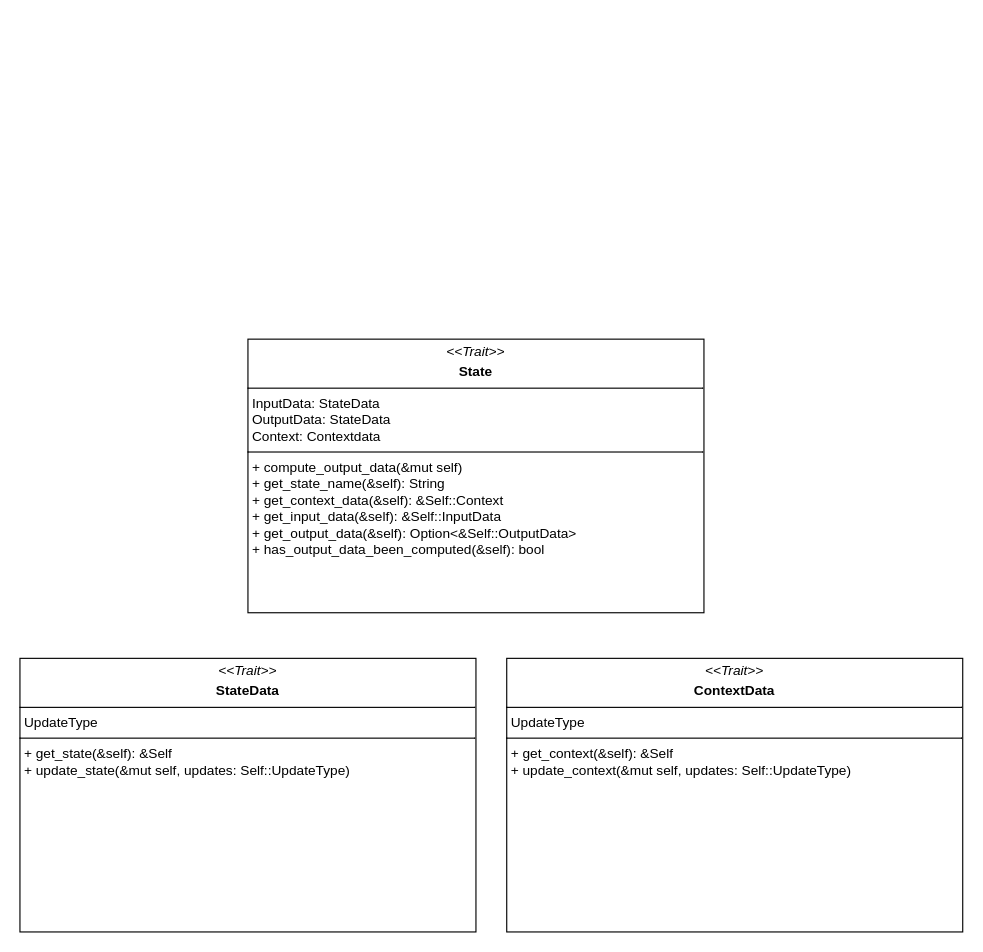
Above: design/uml_class_diagram/state_machine.drawio in DeCa09/state_machine (draw.io), before the change. Source tidied: cells renumbered, new cells numbered last; positions are measured from the earlier drawing's top-left corner, leaving out a move shared by most shapes. Both pictures are drawn from the tidied source at 114%, with x=0, y=0 at pixel (19, 339).
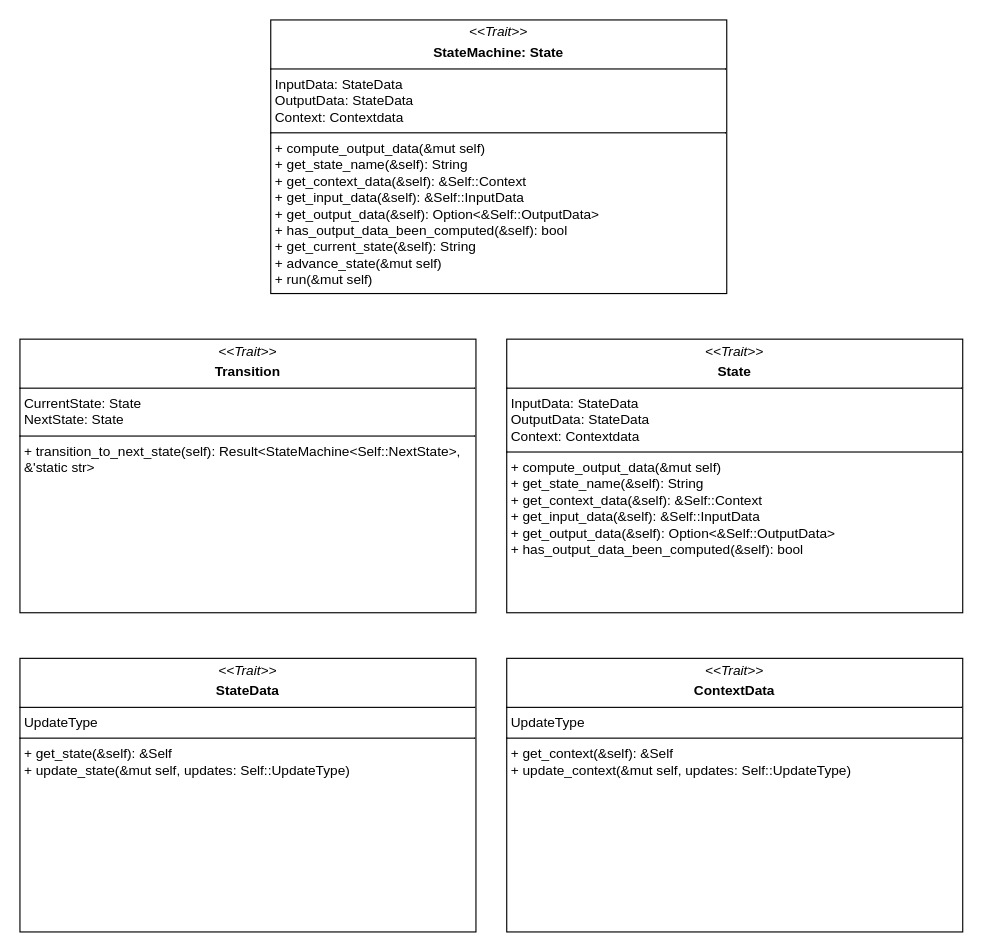
Above is the later version.

Commit message (it also covers changes not shown here):
design: add initial design for transition and state machine traits

The edit, as a diff of the source:
```diff
@@
 <mxGraphModel>
   <root>
     <mxCell id="0" />
     <mxCell id="1" parent="0" />
     <mxCell id="2" value="&lt;p style=&quot;margin:0px;margin-top:4px;text-align:center;&quot;&gt;&lt;i&gt;&amp;lt;&amp;lt;Trait&amp;gt;&amp;gt;&lt;/i&gt;&lt;/p&gt;&lt;p style=&quot;margin:0px;margin-top:4px;text-align:center;&quot;&gt;&lt;b&gt;State&lt;/b&gt;&lt;br&gt;&lt;/p&gt;&lt;hr size=&quot;1&quot; style=&quot;border-style:solid;&quot;&gt;&lt;p style=&quot;margin:0px;margin-left:4px;&quot;&gt;InputData: StateData&lt;br&gt;OutputData: StateData&lt;/p&gt;&lt;p style=&quot;margin:0px;margin-left:4px;&quot;&gt;Context: Contextdata&lt;br&gt;&lt;/p&gt;&lt;hr size=&quot;1&quot; style=&quot;border-style:solid;&quot;&gt;&lt;p style=&quot;margin:0px;margin-left:4px;&quot;&gt;+ compute_output_data(&amp;amp;mut self)&lt;/p&gt;&lt;p style=&quot;margin:0px;margin-left:4px;&quot;&gt;+ get_state_name(&amp;amp;self): String&lt;br&gt;&lt;/p&gt;&lt;p style=&quot;margin:0px;margin-left:4px;&quot;&gt;+ get_context_data(&amp;amp;self): &amp;amp;Self::Context&lt;/p&gt;&lt;p style=&quot;margin:0px;margin-left:4px;&quot;&gt;+ get_input_data(&amp;amp;self): &amp;amp;Self::InputData&lt;/p&gt;&lt;p style=&quot;margin:0px;margin-left:4px;&quot;&gt;+ get_output_data(&amp;amp;self): Option&amp;lt;&amp;amp;Self::OutputData&amp;gt;&lt;/p&gt;&lt;p style=&quot;margin:0px;margin-left:4px;&quot;&gt;+ has_output_data_been_computed(&amp;amp;self): bool&lt;/p&gt;&lt;p style=&quot;margin:0px;margin-left:4px;&quot;&gt;&lt;/p&gt;&lt;p style=&quot;margin:0px;margin-left:4px;&quot;&gt;&lt;/p&gt;&lt;p style=&quot;margin:0px;margin-left:4px;&quot;&gt;&lt;/p&gt;" style="verticalAlign=top;align=left;overflow=fill;html=1;whiteSpace=wrap;" parent="1" vertex="1">
-      <mxGeometry x="200" width="400" height="240" as="geometry" />
+      <mxGeometry x="427" width="400" height="240" as="geometry" />
     </mxCell>
     <mxCell id="3" value="&lt;p style=&quot;margin:0px;margin-top:4px;text-align:center;&quot;&gt;&lt;i&gt;&amp;lt;&amp;lt;Trait&amp;gt;&amp;gt;&lt;/i&gt;&lt;/p&gt;&lt;p style=&quot;margin:0px;margin-top:4px;text-align:center;&quot;&gt;&lt;b&gt;ContextData&lt;/b&gt;&lt;br&gt;&lt;/p&gt;&lt;hr size=&quot;1&quot; style=&quot;border-style:solid;&quot;&gt;&lt;p style=&quot;margin:0px;margin-left:4px;&quot;&gt;UpdateType&lt;br&gt;&lt;/p&gt;&lt;hr size=&quot;1&quot; style=&quot;border-style:solid;&quot;&gt;&lt;p style=&quot;margin:0px;margin-left:4px;&quot;&gt;+ get_context(&amp;amp;self): &amp;amp;Self&lt;br&gt;&lt;/p&gt;&lt;p style=&quot;margin:0px;margin-left:4px;&quot;&gt;+ update_context(&amp;amp;mut self, updates: Self::UpdateType)&lt;/p&gt;&lt;p style=&quot;margin:0px;margin-left:4px;&quot;&gt;&lt;br&gt;&lt;/p&gt;&lt;p style=&quot;margin:0px;margin-left:4px;&quot;&gt;&lt;/p&gt;&lt;p style=&quot;margin:0px;margin-left:4px;&quot;&gt;&lt;/p&gt;&lt;p style=&quot;margin:0px;margin-left:4px;&quot;&gt;&lt;/p&gt;" style="verticalAlign=top;align=left;overflow=fill;html=1;whiteSpace=wrap;" parent="1" vertex="1">
       <mxGeometry x="427" y="280" width="400" height="240" as="geometry" />
     </mxCell>
     <mxCell id="4" value="&lt;p style=&quot;margin:0px;margin-top:4px;text-align:center;&quot;&gt;&lt;i&gt;&amp;lt;&amp;lt;Trait&amp;gt;&amp;gt;&lt;/i&gt;&lt;/p&gt;&lt;p style=&quot;margin:0px;margin-top:4px;text-align:center;&quot;&gt;&lt;b&gt;StateData&lt;/b&gt;&lt;br&gt;&lt;/p&gt;&lt;hr size=&quot;1&quot; style=&quot;border-style:solid;&quot;&gt;&lt;p style=&quot;margin:0px;margin-left:4px;&quot;&gt;UpdateType&lt;br&gt;&lt;/p&gt;&lt;hr size=&quot;1&quot; style=&quot;border-style:solid;&quot;&gt;&lt;p style=&quot;margin:0px;margin-left:4px;&quot;&gt;+ get_state(&amp;amp;self): &amp;amp;Self&lt;br&gt;&lt;/p&gt;&lt;p style=&quot;margin:0px;margin-left:4px;&quot;&gt;+ update_state(&amp;amp;mut self, updates: Self::UpdateType)&lt;/p&gt;&lt;p style=&quot;margin:0px;margin-left:4px;&quot;&gt;&lt;br&gt;&lt;/p&gt;&lt;p style=&quot;margin:0px;margin-left:4px;&quot;&gt;&lt;/p&gt;&lt;p style=&quot;margin:0px;margin-left:4px;&quot;&gt;&lt;/p&gt;&lt;p style=&quot;margin:0px;margin-left:4px;&quot;&gt;&lt;/p&gt;" style="verticalAlign=top;align=left;overflow=fill;html=1;whiteSpace=wrap;" parent="1" vertex="1">
       <mxGeometry y="280" width="400" height="240" as="geometry" />
     </mxCell>
+    <mxCell id="5" value="&lt;p style=&quot;margin:0px;margin-top:4px;text-align:center;&quot;&gt;&lt;i&gt;&amp;lt;&amp;lt;Trait&amp;gt;&amp;gt;&lt;/i&gt;&lt;/p&gt;&lt;p style=&quot;margin:0px;margin-top:4px;text-align:center;&quot;&gt;&lt;b&gt;StateMachine: State&lt;/b&gt;&lt;br&gt;&lt;/p&gt;&lt;hr size=&quot;1&quot; style=&quot;border-style:solid;&quot;&gt;&lt;p style=&quot;margin:0px;margin-left:4px;&quot;&gt;InputData: StateData&lt;br&gt;OutputData: StateData&lt;/p&gt;&lt;p style=&quot;margin:0px;margin-left:4px;&quot;&gt;Context: Contextdata&lt;br&gt;&lt;/p&gt;&lt;hr size=&quot;1&quot; style=&quot;border-style:solid;&quot;&gt;&lt;p style=&quot;margin:0px;margin-left:4px;&quot;&gt;+ compute_output_data(&amp;amp;mut self)&lt;/p&gt;&lt;p style=&quot;margin:0px;margin-left:4px;&quot;&gt;+ get_state_name(&amp;amp;self): String&lt;br&gt;&lt;/p&gt;&lt;p style=&quot;margin:0px;margin-left:4px;&quot;&gt;+ get_context_data(&amp;amp;self): &amp;amp;Self::Context&lt;/p&gt;&lt;p style=&quot;margin:0px;margin-left:4px;&quot;&gt;+ get_input_data(&amp;amp;self): &amp;amp;Self::InputData&lt;/p&gt;&lt;p style=&quot;margin:0px;margin-left:4px;&quot;&gt;+ get_output_data(&amp;amp;self): Option&amp;lt;&amp;amp;Self::OutputData&amp;gt;&lt;/p&gt;&lt;p style=&quot;margin:0px;margin-left:4px;&quot;&gt;+ has_output_data_been_computed(&amp;amp;self): bool&lt;/p&gt;&lt;p style=&quot;margin:0px;margin-left:4px;&quot;&gt;+ get_current_state(&amp;amp;self): String&lt;/p&gt;&lt;p style=&quot;margin:0px;margin-left:4px;&quot;&gt;+ advance_state(&amp;amp;mut self)&lt;/p&gt;&lt;p style=&quot;margin:0px;margin-left:4px;&quot;&gt;+ run(&amp;amp;mut self)&lt;br&gt;&lt;/p&gt;&lt;p style=&quot;margin:0px;margin-left:4px;&quot;&gt;&lt;/p&gt;&lt;p style=&quot;margin:0px;margin-left:4px;&quot;&gt;&lt;/p&gt;&lt;p style=&quot;margin:0px;margin-left:4px;&quot;&gt;&lt;/p&gt;" style="verticalAlign=top;align=left;overflow=fill;html=1;whiteSpace=wrap;" parent="1" vertex="1">
+      <mxGeometry x="220" y="-280" width="400" height="240" as="geometry" />
+    </mxCell>
+    <mxCell id="6" value="&lt;p style=&quot;margin:0px;margin-top:4px;text-align:center;&quot;&gt;&lt;i&gt;&amp;lt;&amp;lt;Trait&amp;gt;&amp;gt;&lt;/i&gt;&lt;/p&gt;&lt;p style=&quot;margin:0px;margin-top:4px;text-align:center;&quot;&gt;&lt;b&gt;Transition&lt;/b&gt;&lt;br&gt;&lt;/p&gt;&lt;hr size=&quot;1&quot; style=&quot;border-style:solid;&quot;&gt;&lt;p style=&quot;margin:0px;margin-left:4px;&quot;&gt;CurrentState: State&lt;br&gt;&lt;/p&gt;&lt;p style=&quot;margin:0px;margin-left:4px;&quot;&gt;NextState: State&lt;/p&gt;&lt;hr size=&quot;1&quot; style=&quot;border-style:solid;&quot;&gt;&lt;p style=&quot;margin:0px;margin-left:4px;&quot;&gt;+ transition_to_next_state(self): Result&amp;lt;StateMachine&amp;lt;Self::NextState&amp;gt;, &amp;amp;'static str&amp;gt;&lt;br&gt;&lt;/p&gt;&lt;p style=&quot;margin:0px;margin-left:4px;&quot;&gt;&lt;/p&gt;&lt;p style=&quot;margin:0px;margin-left:4px;&quot;&gt;&lt;/p&gt;&lt;p style=&quot;margin:0px;margin-left:4px;&quot;&gt;&lt;/p&gt;" style="verticalAlign=top;align=left;overflow=fill;html=1;whiteSpace=wrap;" parent="1" vertex="1">
+      <mxGeometry width="400" height="240" as="geometry" />
+    </mxCell>
   </root>
 </mxGraphModel>
```
